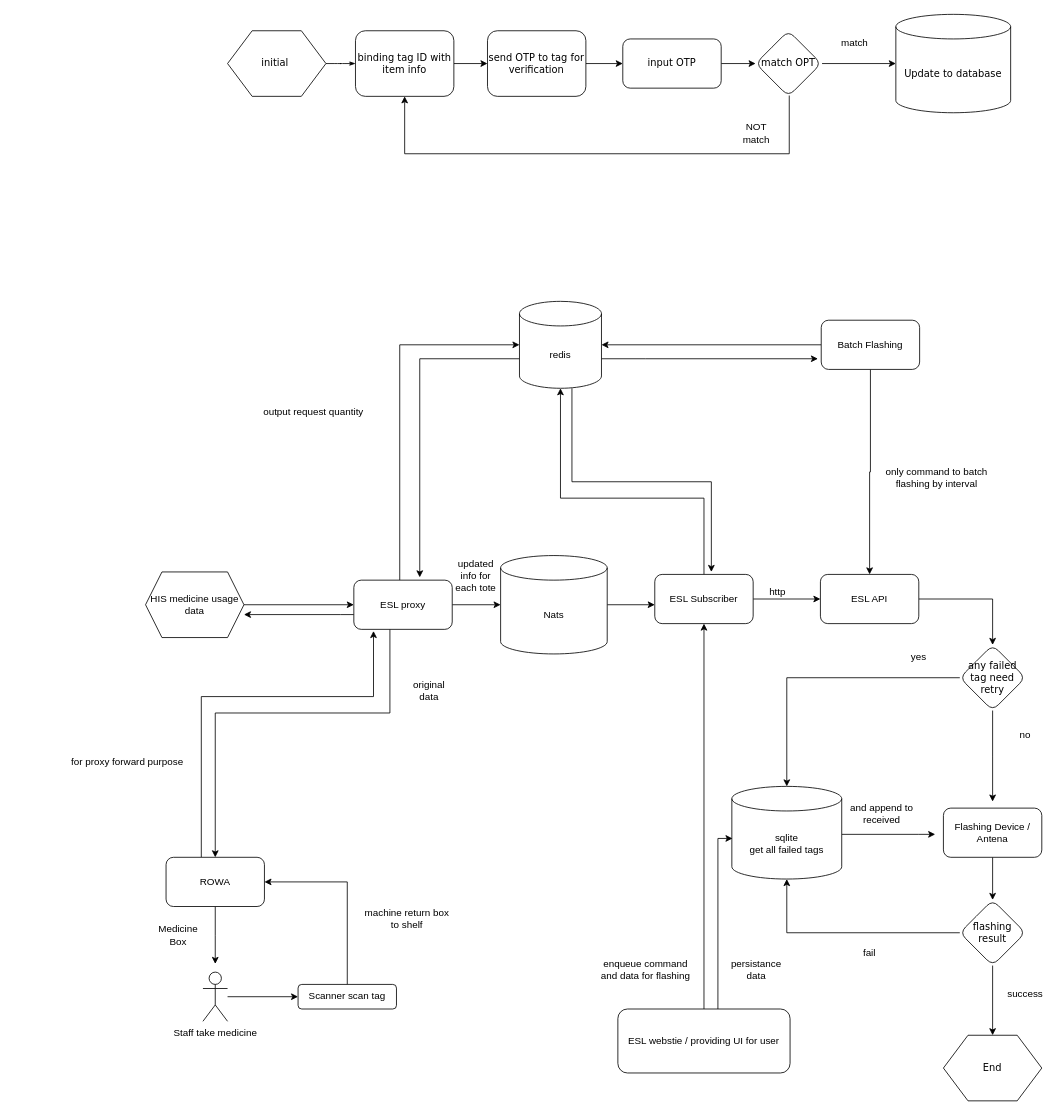
The draw.io diagram Untitled Diagram.drawio in MQzhiyong/draw_io, before the edit. Source tidied: cells renumbered, new cells numbered last; positions are measured from the earlier drawing's top-left corner, leaving out a move shared by most shapes. Both pictures are drawn from the tidied source at 82%, with x=0, y=0 at pixel (63, 14).
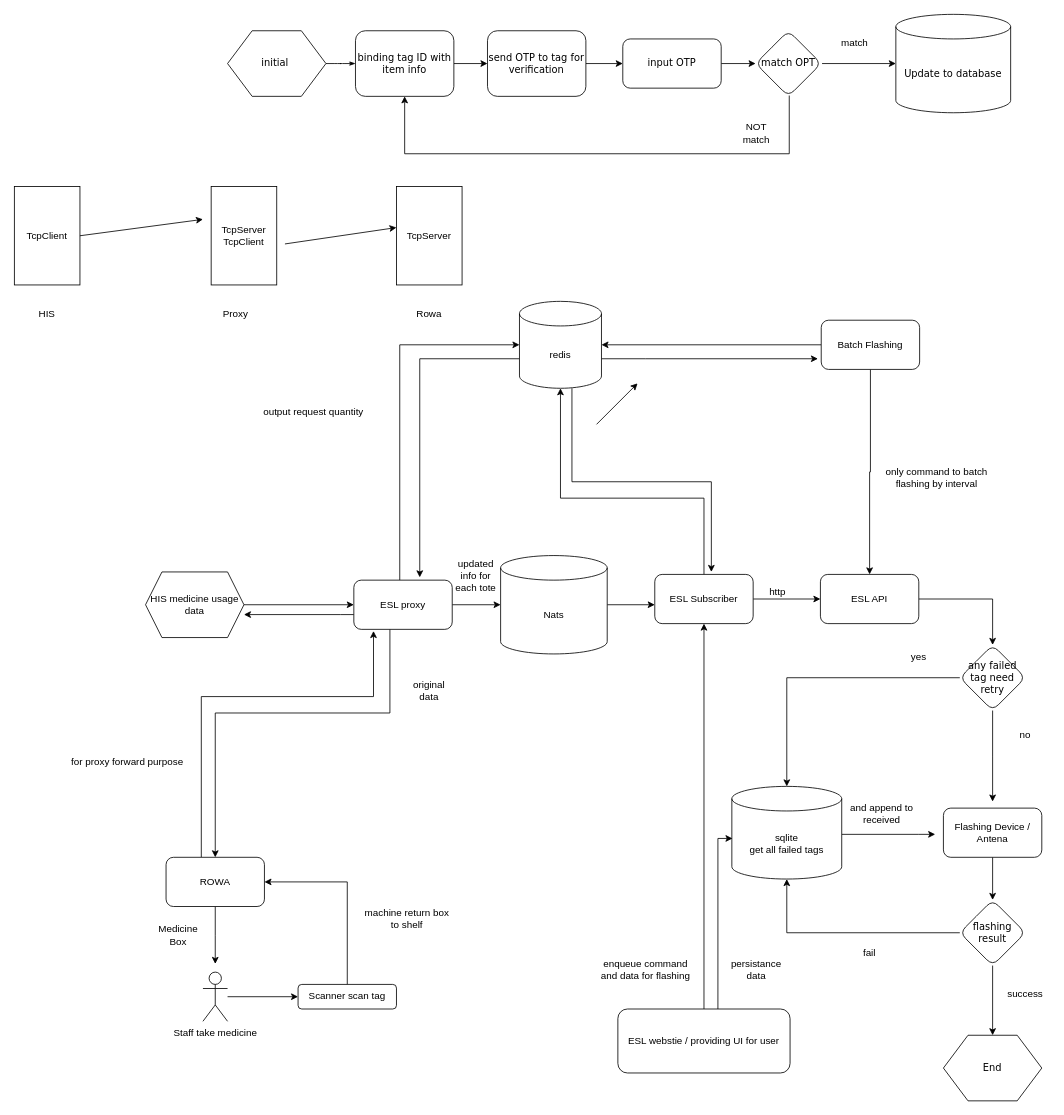
After the change.

Change to the diagram source:
```diff
@@
+    <mxCell id="73" value="TcpClient" style="rounded=0;whiteSpace=wrap;html=1;" parent="1" vertex="1">
+      <mxGeometry x="-60" y="210" width="80" height="120" as="geometry" />
+    </mxCell>
+    <mxCell id="74" style="endArrow=classic;html=1;rounded=0;" parent="1" edge="1">
+      <mxGeometry relative="1" as="geometry">
+        <mxPoint x="650" y="500" as="sourcePoint" />
+        <mxPoint x="700" y="450" as="targetPoint" />
+      </mxGeometry>
+    </mxCell>
+    <mxCell id="75" value="TcpServer&lt;br&gt;TcpClient" style="rounded=0;whiteSpace=wrap;html=1;" parent="1" vertex="1">
+      <mxGeometry x="180" y="210" width="80" height="120" as="geometry" />
+    </mxCell>
+    <mxCell id="76" value="TcpServer" style="rounded=0;whiteSpace=wrap;html=1;" parent="1" vertex="1">
+      <mxGeometry x="406" y="210" width="80" height="120" as="geometry" />
+    </mxCell>
+    <mxCell id="77" style="endArrow=classic;html=1;rounded=0;exitX=1;exitY=0.5;exitDx=0;exitDy=0;" parent="1" edge="1" source="73">
+      <mxGeometry relative="1" as="geometry">
+        <mxPoint x="170" y="250" as="targetPoint" />
+      </mxGeometry>
+    </mxCell>
+    <mxCell id="78" style="endArrow=classic;html=1;rounded=0;" parent="1" edge="1">
+      <mxGeometry relative="1" as="geometry">
+        <mxPoint x="270" y="280" as="sourcePoint" />
+        <mxPoint x="406" y="260" as="targetPoint" />
+      </mxGeometry>
+    </mxCell>
+    <mxCell id="79" value="HIS" style="text;html=1;strokeColor=none;fillColor=none;align=center;verticalAlign=middle;whiteSpace=wrap;rounded=0;" parent="1" vertex="1">
+      <mxGeometry x="-50" y="350" width="60" height="30" as="geometry" />
+    </mxCell>
+    <mxCell id="80" value="Proxy" style="text;html=1;strokeColor=none;fillColor=none;align=center;verticalAlign=middle;whiteSpace=wrap;rounded=0;" parent="1" vertex="1">
+      <mxGeometry x="180" y="350" width="60" height="30" as="geometry" />
+    </mxCell>
+    <mxCell id="81" value="Rowa" style="text;html=1;strokeColor=none;fillColor=none;align=center;verticalAlign=middle;whiteSpace=wrap;rounded=0;" parent="1" vertex="1">
+      <mxGeometry x="416" y="350" width="60" height="30" as="geometry" />
+    </mxCell>
```
